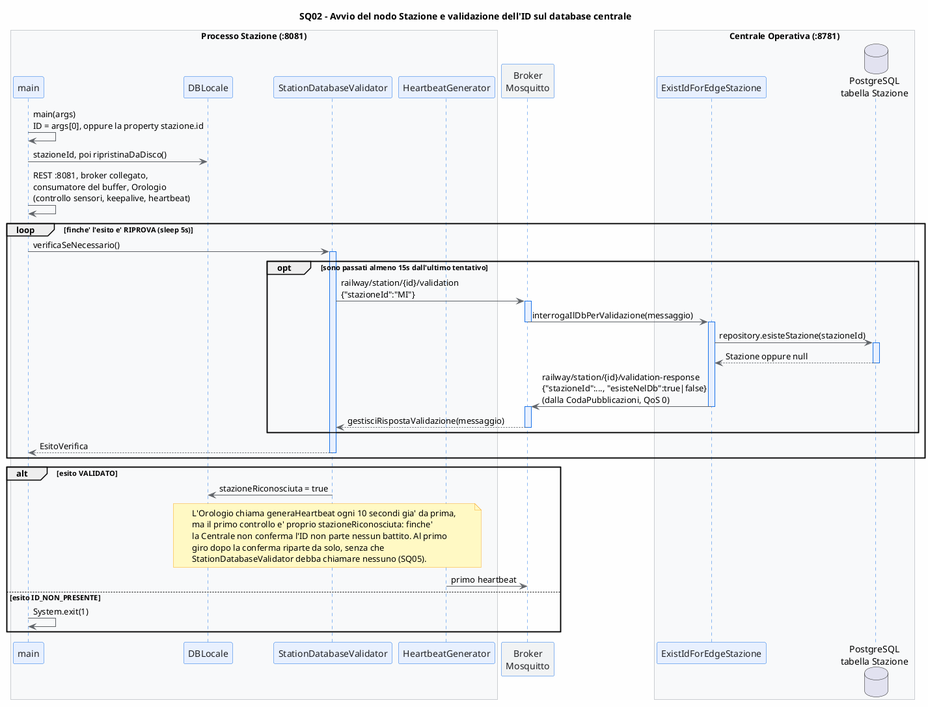
Before: doc/documentazioneFinale/immaginiDocumentazioneDelSistemaMonitoraggioEGestioneDelTrafficoFerroviario/sq_02_validazione_id_stazione.png, a diagram exported from PlantUML (mar-robba/PISSIR). The source it was exported from:
```plantuml
@startuml SQ02 - Avvio del nodo Stazione e validazione dell'ID

skinparam backgroundColor #FEFEFE
skinparam sequence {
    ArrowColor #5F6368
    LifeLineBorderColor #1A73E8
    LifeLineBackgroundColor #E8F0FE
    ParticipantBorderColor #1A73E8
    ParticipantBackgroundColor #E8F0FE
    ParticipantFontColor #202124
    ActorBorderColor #137333
    ActorBackgroundColor #E6F4EA
    BoxBorderColor #9AA0A6
}
skinparam note {
    BackgroundColor #FFF9C4
    BorderColor #F9A825
}

title SQ02 - Avvio del nodo Stazione e validazione dell'ID sul database centrale

box "Processo Stazione (:8081)" #F8F9FA
    participant "main" as MAIN
    participant "DBLocale" as DB
    participant "StationDatabaseValidator" as VAL
    participant "HeartbeatGenerator" as HB
end box

participant "Broker\nMosquitto" as BROKER #F1F3F4

box "Centrale Operativa (:8781)" #F8F9FA
    participant "ExistIdForEdgeStazione" as EXIST
    database "PostgreSQL\ntabella Stazione" as PG
end box

MAIN -> MAIN : main(args)\nID = args[0], oppure la property stazione.id
MAIN -> DB : stazioneId, poi ripristinaDaDisco()
MAIN -> MAIN : REST :8081, broker collegato,\nconsumatore del buffer, Orologio\n(controllo sensori, keepalive, heartbeat)

loop finche' l'esito e' RIPROVA (sleep 5s)
    MAIN -> VAL : verificaSeNecessario()
    activate VAL
    opt sono passati almeno 15s dall'ultimo tentativo
        VAL -> BROKER : railway/station/{id}/validation\n{"stazioneId":"MI"}
        activate BROKER
        BROKER -> EXIST : interrogaIlDbPerValidazione(messaggio)
        deactivate BROKER
        activate EXIST
        EXIST -> PG : repository.esisteStazione(stazioneId)
        activate PG
        PG --> EXIST : Stazione oppure null
        deactivate PG
        EXIST -> BROKER : railway/station/{id}/validation-response\n{"stazioneId":..., "esisteNelDb":true|false}\n(dalla CodaPubblicazioni, QoS 0)
        deactivate EXIST
        activate BROKER
        BROKER --> VAL : gestisciRispostaValidazione(messaggio)
        deactivate BROKER
    end
    VAL --> MAIN : EsitoVerifica
    deactivate VAL
end

alt esito VALIDATO
    VAL -> DB : stazioneRiconosciuta = true
    note over DB, HB
      L'Orologio chiama generaHeartbeat ogni 10 secondi gia' da prima,
      ma il primo controllo e' proprio stazioneRiconosciuta: finche'
      la Centrale non conferma l'ID non parte nessun battito. Al primo
      giro dopo la conferma riparte da solo, senza che
      StationDatabaseValidator debba chiamare nessuno (SQ05).
    end note
    HB -> BROKER : primo heartbeat
else esito ID_NON_PRESENTE
    MAIN -> MAIN : System.exit(1)
end

@enduml
```
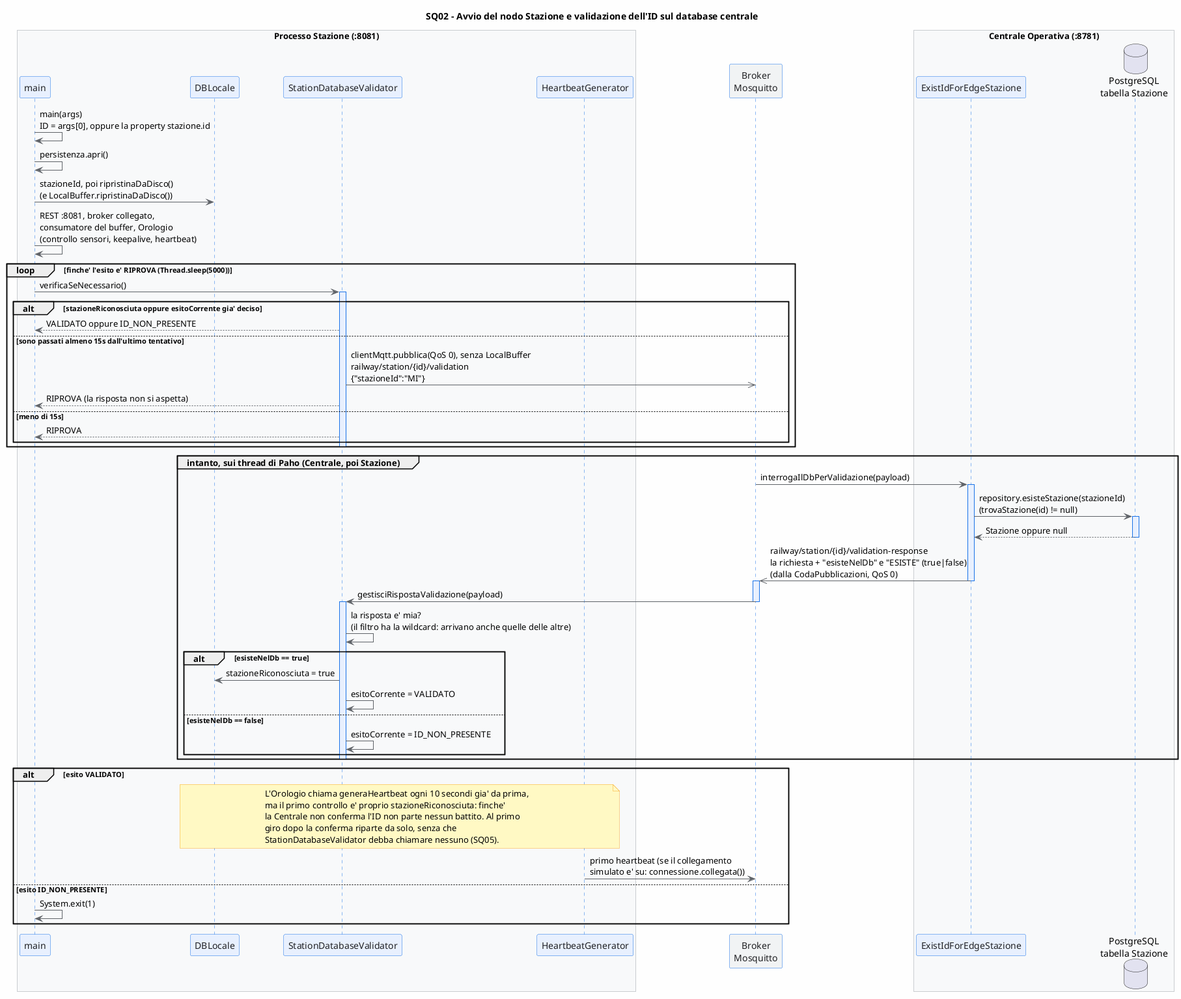
After the change.

What changed in the source:
```diff
@@ -34,34 +34,48 @@
 end box
 
 MAIN -> MAIN : main(args)\nID = args[0], oppure la property stazione.id
-MAIN -> DB : stazioneId, poi ripristinaDaDisco()
+MAIN -> MAIN : persistenza.apri()
+MAIN -> DB : stazioneId, poi ripristinaDaDisco()\n(e LocalBuffer.ripristinaDaDisco())
 MAIN -> MAIN : REST :8081, broker collegato,\nconsumatore del buffer, Orologio\n(controllo sensori, keepalive, heartbeat)
 
-loop finche' l'esito e' RIPROVA (sleep 5s)
+loop finche' l'esito e' RIPROVA (Thread.sleep(5000))
     MAIN -> VAL : verificaSeNecessario()
     activate VAL
-    opt sono passati almeno 15s dall'ultimo tentativo
-        VAL -> BROKER : railway/station/{id}/validation\n{"stazioneId":"MI"}
-        activate BROKER
-        BROKER -> EXIST : interrogaIlDbPerValidazione(messaggio)
-        deactivate BROKER
-        activate EXIST
-        EXIST -> PG : repository.esisteStazione(stazioneId)
-        activate PG
-        PG --> EXIST : Stazione oppure null
-        deactivate PG
-        EXIST -> BROKER : railway/station/{id}/validation-response\n{"stazioneId":..., "esisteNelDb":true|false}\n(dalla CodaPubblicazioni, QoS 0)
-        deactivate EXIST
-        activate BROKER
-        BROKER --> VAL : gestisciRispostaValidazione(messaggio)
-        deactivate BROKER
+    alt stazioneRiconosciuta oppure esitoCorrente gia' deciso
+        VAL --> MAIN : VALIDATO oppure ID_NON_PRESENTE
+    else sono passati almeno 15s dall'ultimo tentativo
+        VAL ->> BROKER : clientMqtt.pubblica(QoS 0), senza LocalBuffer\nrailway/station/{id}/validation\n{"stazioneId":"MI"}
+        VAL --> MAIN : RIPROVA (la risposta non si aspetta)
+    else meno di 15s
+        VAL --> MAIN : RIPROVA
     end
-    VAL --> MAIN : EsitoVerifica
+    deactivate VAL
+end
+
+group intanto, sui thread di Paho (Centrale, poi Stazione)
+    BROKER -> EXIST : interrogaIlDbPerValidazione(payload)
+    activate EXIST
+    EXIST -> PG : repository.esisteStazione(stazioneId)\n(trovaStazione(id) != null)
+    activate PG
+    PG --> EXIST : Stazione oppure null
+    deactivate PG
+    EXIST ->> BROKER : railway/station/{id}/validation-response\nla richiesta + "esisteNelDb" e "ESISTE" (true|false)\n(dalla CodaPubblicazioni, QoS 0)
+    deactivate EXIST
+    activate BROKER
+    BROKER -> VAL : gestisciRispostaValidazione(payload)
+    deactivate BROKER
+    activate VAL
+    VAL -> VAL : la risposta e' mia?\n(il filtro ha la wildcard: arrivano anche quelle delle altre)
+    alt esisteNelDb == true
+        VAL -> DB : stazioneRiconosciuta = true
+        VAL -> VAL : esitoCorrente = VALIDATO
+    else esisteNelDb == false
+        VAL -> VAL : esitoCorrente = ID_NON_PRESENTE
+    end
     deactivate VAL
 end
 
 alt esito VALIDATO
-    VAL -> DB : stazioneRiconosciuta = true
     note over DB, HB
       L'Orologio chiama generaHeartbeat ogni 10 secondi gia' da prima,
       ma il primo controllo e' proprio stazioneRiconosciuta: finche'
@@ -69,7 +83,7 @@
       giro dopo la conferma riparte da solo, senza che
       StationDatabaseValidator debba chiamare nessuno (SQ05).
     end note
-    HB -> BROKER : primo heartbeat
+    HB -> BROKER : primo heartbeat (se il collegamento\nsimulato e' su: connessione.collegata())
 else esito ID_NON_PRESENTE
     MAIN -> MAIN : System.exit(1)
 end
```
